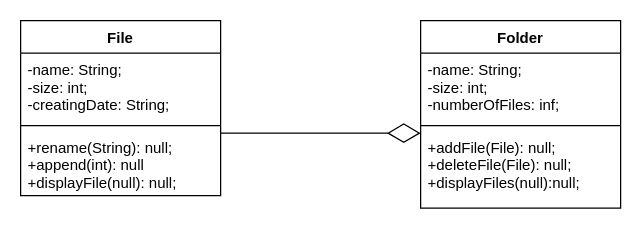
Malichenko-Maksym/pp3 keeps this draw.io diagram as 07-AggregationAndComposition/FileSystem.drawio. Above is the earlier version. Source tidied: cells renumbered, new cells numbered last; positions are measured from the earlier drawing's top-left corner, leaving out a move shared by most shapes. Both pictures are drawn from the tidied source at 125%, with x=0, y=0 at pixel (20, 20).
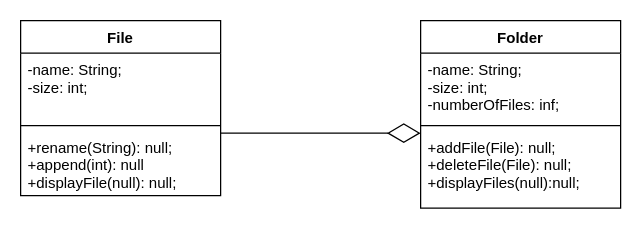
After the change.

What changed in the source:
```diff
@@
 <mxGraphModel>
   <root>
     <mxCell id="0" />
     <mxCell id="1" parent="0" />
     <mxCell id="2" value="File" style="swimlane;fontStyle=1;align=center;verticalAlign=top;horizontal=1;startSize=26;" parent="1" vertex="1">
       <mxGeometry width="160" height="140" as="geometry" />
     </mxCell>
-    <mxCell id="3" value="-name: String;&#10;-size: int;&#10;-creatingDate: String;" style="text;strokeColor=none;fillColor=none;align=left;verticalAlign=top;spacingLeft=4;spacingRight=4;overflow=hidden;" parent="2" vertex="1">
+    <mxCell id="3" value="-name: String;&#10;-size: int;" style="text;strokeColor=none;fillColor=none;align=left;verticalAlign=top;spacingLeft=4;spacingRight=4;overflow=hidden;" parent="2" vertex="1">
       <mxGeometry y="26" width="160" height="54" as="geometry" />
     </mxCell>
     <mxCell id="4" style="line;strokeWidth=1;fillColor=none;align=left;verticalAlign=middle;spacingTop=-1;spacingLeft=3;spacingRight=3;labelPosition=right;strokeColor=inherit;" parent="2" vertex="1">
       <mxGeometry y="80" width="160" height="8" as="geometry" />
     </mxCell>
     <mxCell id="5" value="+rename(String): null;&#10;+append(int): null&#10;+displayFile(null): null;" style="text;strokeColor=none;fillColor=none;align=left;verticalAlign=top;spacingLeft=4;spacingRight=4;overflow=hidden;" parent="2" vertex="1">
       <mxGeometry y="88" width="160" height="52" as="geometry" />
     </mxCell>
     <mxCell id="6" value="Folder" style="swimlane;fontStyle=1;align=center;verticalAlign=top;horizontal=1;startSize=26;" parent="1" vertex="1">
       <mxGeometry x="320" width="160" height="150" as="geometry" />
     </mxCell>
     <mxCell id="7" value="-name: String;&#10;-size: int;&#10;-numberOfFiles: inf;" style="text;strokeColor=none;fillColor=none;align=left;verticalAlign=top;spacingLeft=4;spacingRight=4;overflow=hidden;" parent="6" vertex="1">
       <mxGeometry y="26" width="160" height="54" as="geometry" />
     </mxCell>
     <mxCell id="8" style="line;strokeWidth=1;fillColor=none;align=left;verticalAlign=middle;spacingTop=-1;spacingLeft=3;spacingRight=3;labelPosition=right;strokeColor=inherit;" parent="6" vertex="1">
       <mxGeometry y="80" width="160" height="8" as="geometry" />
     </mxCell>
     <mxCell id="9" value="+addFile(File): null;&#10;+deleteFile(File): null;&#10;+displayFiles(null):null;" style="text;strokeColor=none;fillColor=none;align=left;verticalAlign=top;spacingLeft=4;spacingRight=4;overflow=hidden;" parent="6" vertex="1">
       <mxGeometry y="88" width="160" height="62" as="geometry" />
     </mxCell>
     <mxCell id="10" style="endArrow=diamondThin;endFill=0;endSize=24;html=1;rounded=0;" parent="1" edge="1">
       <mxGeometry relative="1" as="geometry">
         <mxPoint x="160" y="90" as="sourcePoint" />
         <mxPoint x="320" y="90" as="targetPoint" />
         <Array as="points">
           <mxPoint x="240" y="90" />
         </Array>
       </mxGeometry>
     </mxCell>
   </root>
 </mxGraphModel>
```
